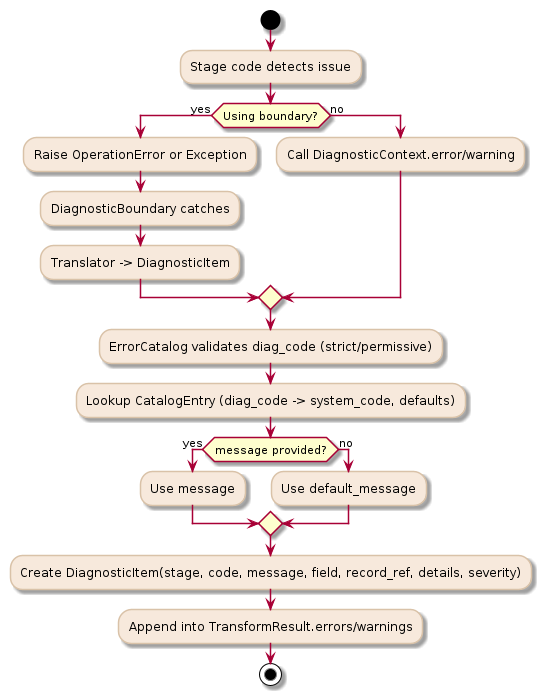
The PlantUML diagram docs/uml/pipeline/diagnostic_layer/diagnostic_layer_activity.png in xORex-LC/nexus-etl, before a commit. Its source is kept beside it as docs/uml/pipeline/diagnostic_layer/diagnostic_layer_activity.puml.
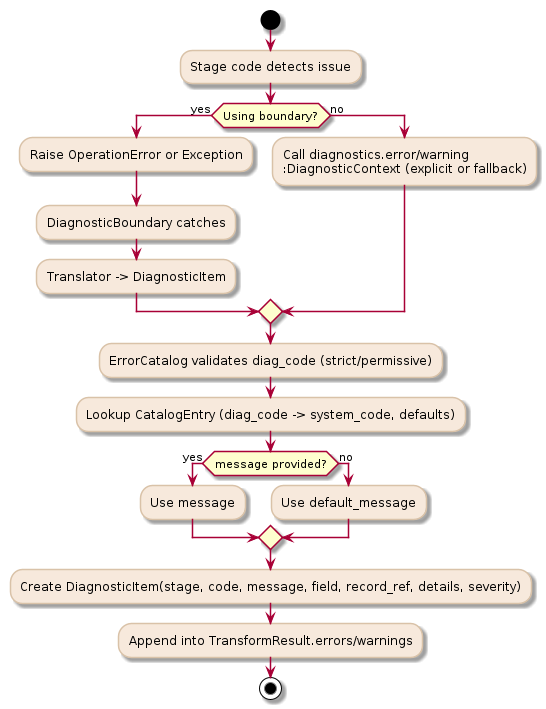
Later version of the same file.

The edit, as a diff of the source:
```diff
@@ -11,7 +11,8 @@
   :DiagnosticBoundary catches;
   :Translator -> DiagnosticItem;
 else (no)
-  :Call DiagnosticContext.error/warning;
+  :Call diagnostics.error/warning
+  :DiagnosticContext (explicit or fallback);
 endif
 :ErrorCatalog validates diag_code (strict/permissive);
 :Lookup CatalogEntry (diag_code -> system_code, defaults);
```
